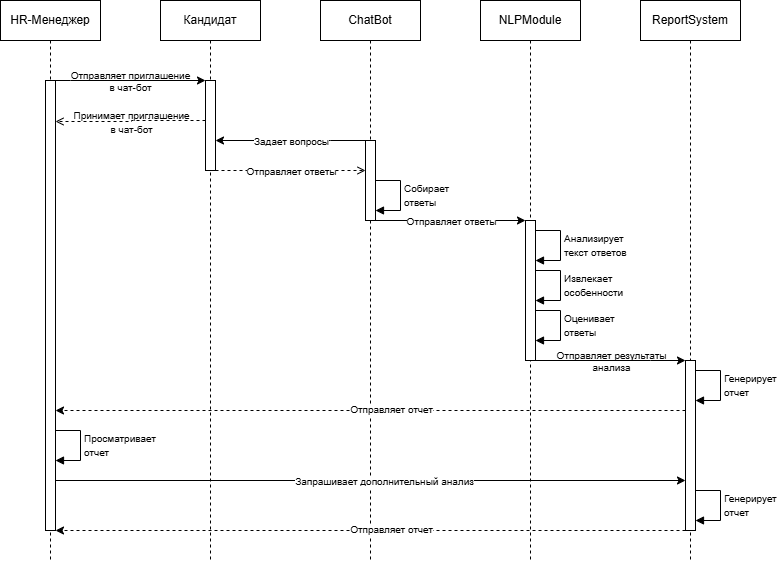
This is Диаграмма последовательности.drawio.png from Evgeny-Yakovlev73/Diagramms, a draw.io export, as it was before one commit. Source tidied: cells renumbered, new cells last; positions are measured from the earlier drawing's top-left corner, leaving out a move shared by most shapes.
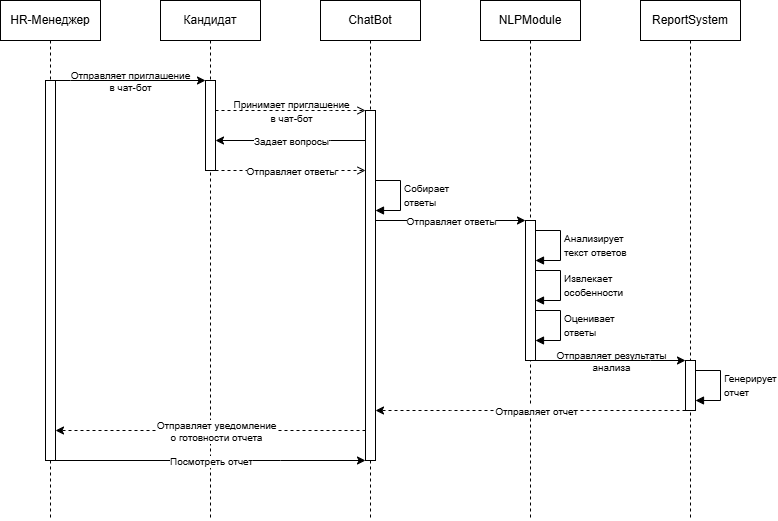
After the commit.

Change to the diagram source:
```diff
@@ -3,30 +3,22 @@
     <mxCell id="0" />
     <mxCell id="1" parent="0" />
     <mxCell id="2" value="HR-Менеджер" style="shape=umlLifeline;perimeter=lifelinePerimeter;whiteSpace=wrap;html=1;newEdgeStyle={&quot;edgeStyle&quot;:&quot;elbowEdgeStyle&quot;,&quot;elbow&quot;:&quot;vertical&quot;,&quot;curved&quot;:0,&quot;rounded&quot;:0};" parent="1" vertex="1">
-      <mxGeometry width="100" height="560" as="geometry" />
+      <mxGeometry width="100" height="520" as="geometry" />
     </mxCell>
     <mxCell id="3" style="html=1;points=[[0,0,0,0,5],[0,1,0,0,-5],[1,0,0,0,5],[1,1,0,0,-5]];perimeter=orthogonalPerimeter;outlineConnect=0;targetShapes=umlLifeline;portConstraint=eastwest;newEdgeStyle={&quot;curved&quot;:0,&quot;rounded&quot;:0};" parent="2" vertex="1">
-      <mxGeometry x="45" y="80" width="10" height="450" as="geometry" />
+      <mxGeometry x="45" y="80" width="10" height="380" as="geometry" />
     </mxCell>
-    <mxCell id="4" value="&lt;div&gt;&lt;span style=&quot;font-size: 10px;&quot;&gt;Просматривает&lt;/span&gt;&lt;/div&gt;&lt;div&gt;&lt;span style=&quot;font-size: 10px;&quot;&gt;отчет&lt;/span&gt;&lt;/div&gt;" style="html=1;align=left;spacingLeft=2;endArrow=block;rounded=0;edgeStyle=orthogonalEdgeStyle;curved=0;rounded=0;" parent="2" edge="1" source="3" target="3">
-      <mxGeometry relative="1" as="geometry">
-        <Array as="points">
-          <mxPoint x="80" y="430" />
-          <mxPoint x="80" y="460" />
-        </Array>
-      </mxGeometry>
-    </mxCell>
     <mxCell id="5" value="Кандидат" style="shape=umlLifeline;perimeter=lifelinePerimeter;whiteSpace=wrap;html=1;newEdgeStyle={&quot;edgeStyle&quot;:&quot;elbowEdgeStyle&quot;,&quot;elbow&quot;:&quot;vertical&quot;,&quot;curved&quot;:0,&quot;rounded&quot;:0};" parent="1" vertex="1">
-      <mxGeometry x="160" width="100" height="560" as="geometry" />
+      <mxGeometry x="160" width="100" height="520" as="geometry" />
     </mxCell>
     <mxCell id="6" style="html=1;points=[[0,0,0,0,5],[0,1,0,0,-5],[1,0,0,0,5],[1,1,0,0,-5]];perimeter=orthogonalPerimeter;outlineConnect=0;targetShapes=umlLifeline;portConstraint=eastwest;newEdgeStyle={&quot;curved&quot;:0,&quot;rounded&quot;:0};" parent="5" vertex="1">
       <mxGeometry x="45" y="80" width="10" height="90" as="geometry" />
     </mxCell>
     <mxCell id="7" value="ChatBot" style="shape=umlLifeline;perimeter=lifelinePerimeter;whiteSpace=wrap;html=1;newEdgeStyle={&quot;edgeStyle&quot;:&quot;elbowEdgeStyle&quot;,&quot;elbow&quot;:&quot;vertical&quot;,&quot;curved&quot;:0,&quot;rounded&quot;:0};" parent="1" vertex="1">
-      <mxGeometry x="320" width="100" height="560" as="geometry" />
+      <mxGeometry x="320" width="100" height="520" as="geometry" />
     </mxCell>
     <mxCell id="8" style="html=1;points=[[0,0,0,0,5],[0,1,0,0,-5],[1,0,0,0,5],[1,1,0,0,-5]];perimeter=orthogonalPerimeter;outlineConnect=0;targetShapes=umlLifeline;portConstraint=eastwest;newEdgeStyle={&quot;curved&quot;:0,&quot;rounded&quot;:0};" parent="7" vertex="1">
-      <mxGeometry x="45" y="140" width="10" height="80" as="geometry" />
+      <mxGeometry x="45" y="110" width="10" height="350" as="geometry" />
     </mxCell>
     <mxCell id="9" value="&lt;font style=&quot;font-size: 10px;&quot;&gt;Собирает&lt;/font&gt;&lt;div&gt;&lt;font style=&quot;font-size: 10px;&quot;&gt;ответы&lt;/font&gt;&lt;/div&gt;" style="html=1;align=left;spacingLeft=2;endArrow=block;rounded=0;edgeStyle=orthogonalEdgeStyle;curved=0;rounded=0;" parent="7" edge="1">
       <mxGeometry relative="1" as="geometry">
@@ -39,7 +31,7 @@
       </mxGeometry>
     </mxCell>
     <mxCell id="10" value="NLPModule" style="shape=umlLifeline;perimeter=lifelinePerimeter;whiteSpace=wrap;html=1;newEdgeStyle={&quot;edgeStyle&quot;:&quot;elbowEdgeStyle&quot;,&quot;elbow&quot;:&quot;vertical&quot;,&quot;curved&quot;:0,&quot;rounded&quot;:0};" parent="1" vertex="1">
-      <mxGeometry x="480" width="100" height="560" as="geometry" />
+      <mxGeometry x="480" width="100" height="520" as="geometry" />
     </mxCell>
     <mxCell id="11" style="html=1;points=[[0,0,0,0,5],[0,1,0,0,-5],[1,0,0,0,5],[1,1,0,0,-5]];perimeter=orthogonalPerimeter;outlineConnect=0;targetShapes=umlLifeline;portConstraint=eastwest;newEdgeStyle={&quot;curved&quot;:0,&quot;rounded&quot;:0};" parent="10" vertex="1">
       <mxGeometry x="45" y="220" width="10" height="140" as="geometry" />
@@ -69,10 +61,10 @@
       </mxGeometry>
     </mxCell>
     <mxCell id="15" value="ReportSystem" style="shape=umlLifeline;perimeter=lifelinePerimeter;whiteSpace=wrap;html=1;newEdgeStyle={&quot;edgeStyle&quot;:&quot;elbowEdgeStyle&quot;,&quot;elbow&quot;:&quot;vertical&quot;,&quot;curved&quot;:0,&quot;rounded&quot;:0};" parent="1" vertex="1">
-      <mxGeometry x="640" width="100" height="560" as="geometry" />
+      <mxGeometry x="640" width="100" height="520" as="geometry" />
     </mxCell>
     <mxCell id="16" style="html=1;points=[[0,0,0,0,5],[0,1,0,0,-5],[1,0,0,0,5],[1,1,0,0,-5]];perimeter=orthogonalPerimeter;outlineConnect=0;targetShapes=umlLifeline;portConstraint=eastwest;newEdgeStyle={&quot;curved&quot;:0,&quot;rounded&quot;:0};" parent="15" vertex="1">
-      <mxGeometry x="45" y="360" width="10" height="170" as="geometry" />
+      <mxGeometry x="45" y="360" width="10" height="50" as="geometry" />
     </mxCell>
     <mxCell id="17" value="&lt;span style=&quot;font-size: 10px;&quot;&gt;Генерирует&lt;/span&gt;&lt;div&gt;&lt;span style=&quot;font-size: 10px;&quot;&gt;отчет&lt;/span&gt;&lt;/div&gt;" style="html=1;align=left;spacingLeft=2;endArrow=block;rounded=0;edgeStyle=orthogonalEdgeStyle;curved=0;rounded=0;" parent="15" edge="1" source="16" target="16">
       <mxGeometry relative="1" as="geometry">
@@ -82,25 +74,17 @@
         </Array>
       </mxGeometry>
     </mxCell>
-    <mxCell id="18" value="&lt;span style=&quot;font-size: 10px;&quot;&gt;Генерирует&lt;/span&gt;&lt;div&gt;&lt;span style=&quot;font-size: 10px;&quot;&gt;отчет&lt;/span&gt;&lt;/div&gt;" style="html=1;align=left;spacingLeft=2;endArrow=block;rounded=0;edgeStyle=orthogonalEdgeStyle;curved=0;rounded=0;" parent="15" edge="1" source="16" target="16">
-      <mxGeometry relative="1" as="geometry">
-        <Array as="points">
-          <mxPoint x="80" y="490" />
-          <mxPoint x="80" y="520" />
-        </Array>
-      </mxGeometry>
-    </mxCell>
-    <mxCell id="19" style="edgeStyle=orthogonalEdgeStyle;rounded=0;jettySize=auto;html=1;curved=0;dashed=1;endArrow=open;endFill=0;" parent="1" edge="1" source="6" target="3">
+    <mxCell id="19" style="edgeStyle=orthogonalEdgeStyle;rounded=0;jettySize=auto;html=1;curved=0;dashed=1;endArrow=open;endFill=0;" parent="1" edge="1" source="6" target="8">
       <mxGeometry relative="1" as="geometry">
         <Array as="points">
-          <mxPoint x="131" y="120" />
-          <mxPoint x="131" y="121" />
+          <mxPoint x="330" y="110" />
+          <mxPoint x="330" y="110" />
         </Array>
       </mxGeometry>
     </mxCell>
     <mxCell id="20" value="&lt;font style=&quot;font-size: 10px;&quot;&gt;Принимает приглашение&lt;/font&gt;&lt;div&gt;&lt;font style=&quot;font-size: 10px;&quot;&gt;в чат-бот&lt;/font&gt;&lt;/div&gt;" style="edgeLabel;html=1;align=center;verticalAlign=middle;labelBackgroundColor=none;" parent="19" vertex="1">
       <mxGeometry x="0.05" y="-1" relative="1" as="geometry">
-        <mxPoint x="4" y="1" as="offset" />
+        <mxPoint x="-4" y="-1" as="offset" />
       </mxGeometry>
     </mxCell>
     <mxCell id="21" style="edgeStyle=orthogonalEdgeStyle;rounded=0;jettySize=auto;html=1;curved=0;" parent="1" edge="1" source="3" target="6">
@@ -145,7 +129,8 @@
     <mxCell id="27" style="edgeStyle=orthogonalEdgeStyle;rounded=0;jettySize=auto;html=1;curved=0;" parent="1" edge="1" source="8" target="11">
       <mxGeometry relative="1" as="geometry">
         <Array as="points">
-          <mxPoint x="530" y="220" />
+          <mxPoint x="410" y="220" />
+          <mxPoint x="410" y="220" />
         </Array>
       </mxGeometry>
     </mxCell>
@@ -167,44 +152,45 @@
         <mxPoint x="-4" y="-1" as="offset" />
       </mxGeometry>
     </mxCell>
-    <mxCell id="31" style="edgeStyle=orthogonalEdgeStyle;rounded=0;jettySize=auto;html=1;curved=0;dashed=1;" parent="1" edge="1" source="16" target="3">
+    <mxCell id="31" style="edgeStyle=orthogonalEdgeStyle;rounded=0;jettySize=auto;html=1;curved=0;dashed=1;" parent="1" edge="1" source="16" target="8">
       <mxGeometry relative="1" as="geometry">
         <Array as="points">
-          <mxPoint x="220" y="410" />
-          <mxPoint x="220" y="410" />
+          <mxPoint x="450" y="410" />
+          <mxPoint x="450" y="410" />
         </Array>
       </mxGeometry>
     </mxCell>
     <mxCell id="32" value="&lt;span&gt;Отправляет отчет&lt;/span&gt;" style="edgeLabel;html=1;align=center;verticalAlign=middle;labelBackgroundColor=default;fontSize=10;" parent="31" vertex="1">
       <mxGeometry x="0.05" y="-1" relative="1" as="geometry">
-        <mxPoint x="37" y="-1" as="offset" />
+        <mxPoint x="13" y="1" as="offset" />
       </mxGeometry>
     </mxCell>
-    <mxCell id="33" style="edgeStyle=orthogonalEdgeStyle;rounded=0;jettySize=auto;html=1;curved=0;" parent="1" edge="1" source="3" target="16">
-      <mxGeometry relative="1" as="geometry">
-        <Array as="points">
-          <mxPoint x="530" y="480" />
-          <mxPoint x="530" y="480" />
-        </Array>
-      </mxGeometry>
-    </mxCell>
-    <mxCell id="34" value="Запрашивает дополнительный анализ" style="edgeLabel;html=1;align=center;verticalAlign=middle;labelBackgroundColor=default;fontSize=10;" parent="33" vertex="1">
-      <mxGeometry x="0.05" y="-1" relative="1" as="geometry">
-        <mxPoint x="-4" y="-1" as="offset" />
-      </mxGeometry>
-    </mxCell>
-    <mxCell id="35" style="edgeStyle=orthogonalEdgeStyle;rounded=0;jettySize=auto;html=1;curved=0;dashed=1;" parent="1" edge="1" source="16" target="3">
-      <mxGeometry relative="1" as="geometry">
-        <Array as="points">
-          <mxPoint x="370" y="530" />
-          <mxPoint x="370" y="530" />
-        </Array>
-      </mxGeometry>
-    </mxCell>
-    <mxCell id="36" value="&lt;span&gt;Отправляет отчет&lt;/span&gt;" style="edgeLabel;html=1;align=center;verticalAlign=middle;labelBackgroundColor=default;fontSize=10;" parent="35" vertex="1">
-      <mxGeometry x="0.05" y="-1" relative="1" as="geometry">
-        <mxPoint x="37" y="-1" as="offset" />
-      </mxGeometry>
-    </mxCell>
+    <mxCell id="37" style="edgeStyle=orthogonalEdgeStyle;rounded=0;jettySize=auto;html=1;curved=0;dashed=1;" parent="1" edge="1" source="8">
+      <mxGeometry relative="1" as="geometry">
+        <mxPoint x="55" y="430" as="targetPoint" />
+        <Array as="points">
+          <mxPoint x="250" y="430" />
+          <mxPoint x="250" y="430" />
+        </Array>
+      </mxGeometry>
+    </mxCell>
+    <mxCell id="38" value="&lt;span&gt;Отправляет уведомление&lt;/span&gt;&lt;div&gt;&lt;span&gt;о готовности отчета&lt;/span&gt;&lt;/div&gt;" style="edgeLabel;html=1;align=center;verticalAlign=middle;labelBackgroundColor=default;fontSize=10;" parent="37" vertex="1">
+      <mxGeometry x="0.05" y="-1" relative="1" as="geometry">
+        <mxPoint x="13" y="1" as="offset" />
+      </mxGeometry>
+    </mxCell>
+    <mxCell id="39" style="edgeStyle=orthogonalEdgeStyle;rounded=0;jettySize=auto;html=1;curved=0;" parent="1" edge="1" source="3" target="8">
+      <mxGeometry relative="1" as="geometry">
+        <Array as="points">
+          <mxPoint x="280" y="460" />
+          <mxPoint x="280" y="460" />
+        </Array>
+      </mxGeometry>
+    </mxCell>
+    <mxCell id="40" value="Посмотреть отчет" style="edgeLabel;html=1;align=center;verticalAlign=middle;labelBackgroundColor=default;fontSize=10;" parent="39" vertex="1">
+      <mxGeometry x="0.05" y="-1" relative="1" as="geometry">
+        <mxPoint x="-8" y="-1" as="offset" />
+      </mxGeometry>
+    </mxCell>
   </root>
 </mxGraphModel>
```
